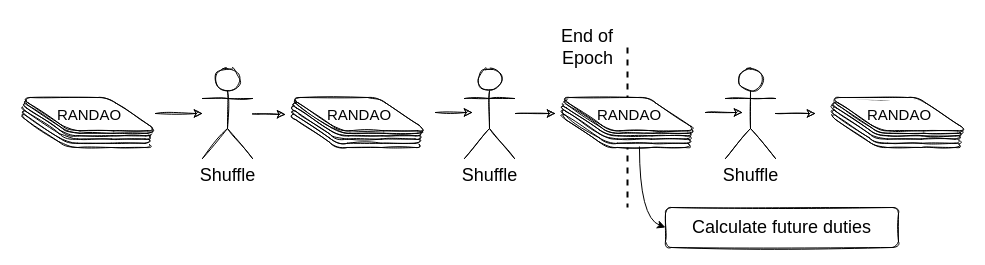
benjaminion/upgrading-ethereum-book keeps this draw.io diagram as page "assignments" (4 of 7) of src/diagrams/randomness.drawio. Above is the earlier version. Source tidied: cells renumbered, new cells numbered last; positions are measured from the earlier drawing's top-left corner, leaving out a move shared by most shapes. Both pictures are drawn from the tidied source at 100%, with x=0, y=0 at pixel (17, 17).
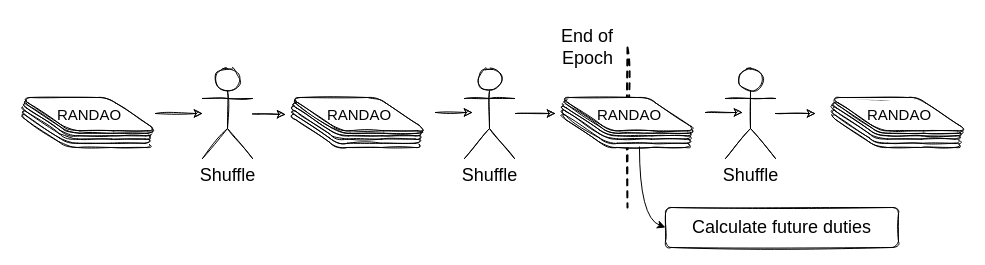
The same diagram, later.

What changed in the source:
```diff
@@
-    <mxCell id="2" style="endArrow=none;dashed=1;html=1;rounded=0;strokeWidth=2;" parent="1" edge="1">
+    <mxCell id="2" style="endArrow=none;dashed=1;html=1;rounded=0;strokeWidth=2;sketch=1;curveFitting=1;jiggle=2;" parent="1" edge="1">
       <mxGeometry relative="1" as="geometry">
         <mxPoint x="610" y="30" as="sourcePoint" />
         <mxPoint x="610" y="190" as="targetPoint" />
       </mxGeometry>
     </mxCell>
```
